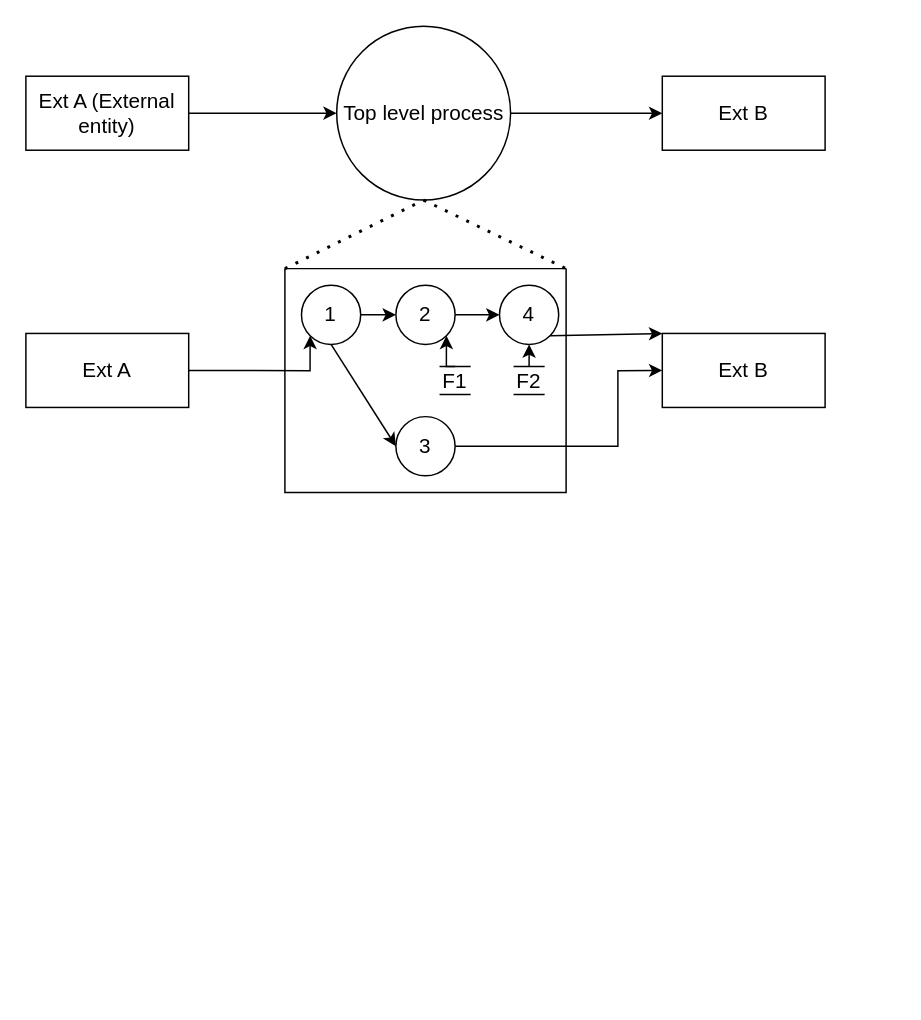
This is DFD With Levels.drawio from sakibarifin/Diagrams, a draw.io file, before an edit. Source tidied: cells renumbered, new cells numbered last; positions are measured from the earlier drawing's top-left corner, leaving out a move shared by most shapes. Both pictures are drawn from the tidied source at 148%, with x=0, y=0 at pixel (25, 25).
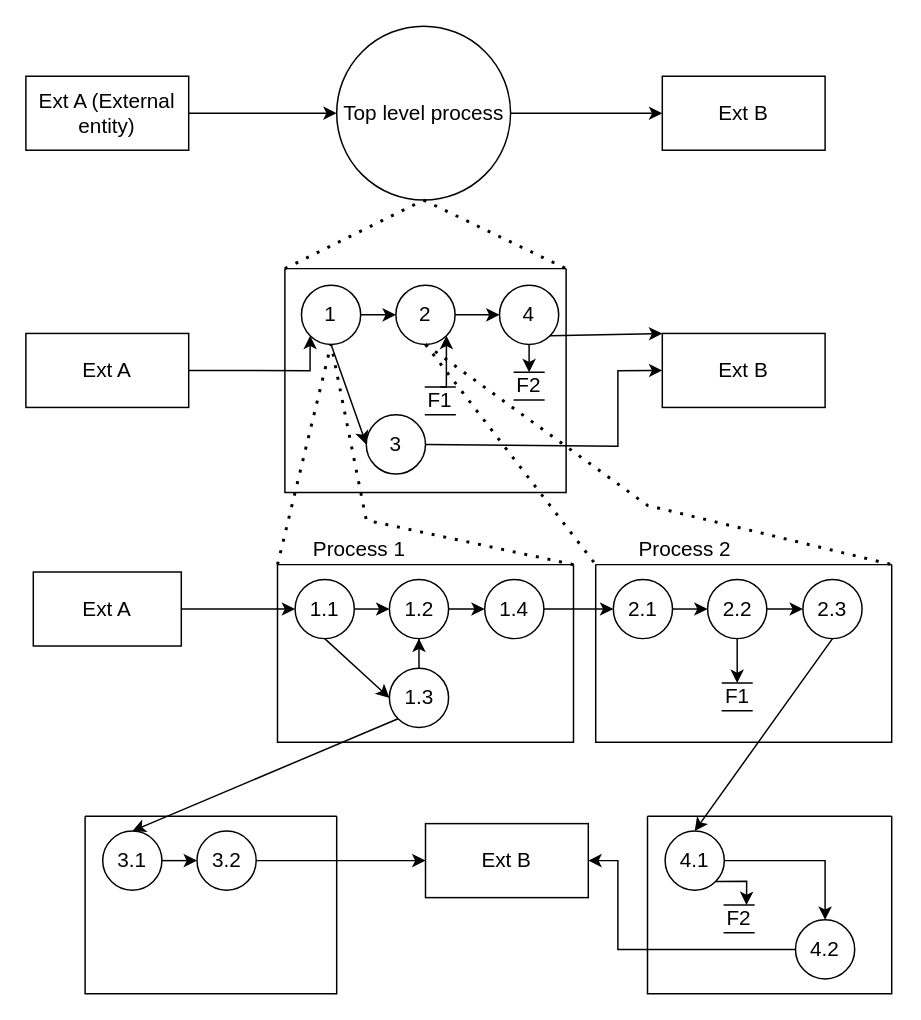
After the change.

Unchanged cells that the change refers to:
```xml
<mxCell id="11" style="swimlane;startSize=0;fontSize=14;" parent="1" vertex="1">
  <mxGeometry x="175" y="164" width="190" height="151.2" as="geometry" />
</mxCell>
<mxCell id="13" value="1" style="ellipse;whiteSpace=wrap;html=1;fontSize=14;" parent="11" vertex="1">
  <mxGeometry x="11.2" y="11.2" width="40" height="40" as="geometry" />
</mxCell>
<mxCell id="14" value="2" style="ellipse;whiteSpace=wrap;html=1;fontSize=14;" parent="11" vertex="1">
  <mxGeometry x="75" y="11.2" width="40" height="40" as="geometry" />
</mxCell>
<mxCell id="16" value="4" style="ellipse;whiteSpace=wrap;html=1;fontSize=14;" parent="11" vertex="1">
  <mxGeometry x="145" y="11.2" width="40" height="40" as="geometry" />
</mxCell>
```

The edit, as a diff of the source:
```diff
@@
     <mxCell id="15" value="3" style="ellipse;whiteSpace=wrap;html=1;fontSize=14;" parent="11" vertex="1">
-      <mxGeometry x="75" y="100" width="40" height="40" as="geometry" />
+      <mxGeometry x="55" y="98.8" width="40" height="40" as="geometry" />
     </mxCell>
@@
     <mxCell id="20" value="F1" style="shape=partialRectangle;whiteSpace=wrap;html=1;left=0;right=0;fillColor=none;fontSize=14;" parent="11" vertex="1">
-      <mxGeometry x="105" y="66.2" width="20" height="18.8" as="geometry" />
+      <mxGeometry x="95" y="80" width="20" height="18.8" as="geometry" />
     </mxCell>
-    <mxCell id="21" style="edgeStyle=orthogonalEdgeStyle;rounded=0;jettySize=auto;html=1;exitX=0.5;exitY=0;exitDx=0;exitDy=0;entryX=0.5;entryY=1;entryDx=0;entryDy=0;fontSize=14;" parent="11" edge="1" source="22" target="16">
+    <mxCell id="21" style="edgeStyle=orthogonalEdgeStyle;rounded=0;jettySize=auto;html=1;exitX=0.5;exitY=0;exitDx=0;exitDy=0;entryX=0.5;entryY=1;entryDx=0;entryDy=0;fontSize=14;startArrow=classic;startFill=1;endArrow=none;endFill=0;" parent="11" edge="1" source="22" target="16">
       <mxGeometry relative="1" as="geometry" />
     </mxCell>
     <mxCell id="22" value="F2" style="shape=partialRectangle;whiteSpace=wrap;html=1;left=0;right=0;fillColor=none;fontSize=14;" parent="11" vertex="1">
-      <mxGeometry x="155" y="66.2" width="20" height="18.8" as="geometry" />
+      <mxGeometry x="155" y="70" width="20" height="18.8" as="geometry" />
     </mxCell>
@@
+    <mxCell id="26" style="edgeStyle=orthogonalEdgeStyle;rounded=0;jettySize=auto;html=1;fontSize=14;" parent="1" edge="1" source="27" target="31">
+      <mxGeometry relative="1" as="geometry" />
+    </mxCell>
+    <mxCell id="27" value="&lt;font style=&quot;font-size: 14px;&quot;&gt;Ext A&lt;/font&gt;" style="rounded=0;whiteSpace=wrap;html=1;" parent="1" vertex="1">
+      <mxGeometry x="5" y="369" width="100" height="50" as="geometry" />
+    </mxCell>
+    <mxCell id="28" style="endArrow=none;dashed=1;html=1;dashPattern=1 3;strokeWidth=2;rounded=0;fontSize=14;entryX=0.5;entryY=1;entryDx=0;entryDy=0;exitX=0;exitY=0;exitDx=0;exitDy=0;" parent="1" edge="1" source="29" target="13">
+      <mxGeometry relative="1" as="geometry" />
+    </mxCell>
+    <mxCell id="29" style="swimlane;startSize=0;fontSize=14;" parent="1" vertex="1">
+      <mxGeometry x="170" y="364" width="200" height="120" as="geometry" />
+    </mxCell>
+    <mxCell id="30" style="edgeStyle=orthogonalEdgeStyle;rounded=0;jettySize=auto;html=1;exitX=1;exitY=0.5;exitDx=0;exitDy=0;entryX=0;entryY=0.5;entryDx=0;entryDy=0;fontSize=14;" parent="29" edge="1" source="31" target="34">
+      <mxGeometry relative="1" as="geometry" />
+    </mxCell>
+    <mxCell id="31" value="1.1" style="ellipse;whiteSpace=wrap;html=1;fontSize=14;" parent="29" vertex="1">
+      <mxGeometry x="11.9" y="10" width="40" height="40" as="geometry" />
+    </mxCell>
+    <mxCell id="32" style="edgeStyle=orthogonalEdgeStyle;rounded=0;jettySize=auto;html=1;fontSize=14;endArrow=none;endFill=0;startArrow=classic;startFill=1;" parent="29" edge="1" source="34" target="35">
+      <mxGeometry relative="1" as="geometry" />
+    </mxCell>
+    <mxCell id="33" style="edgeStyle=orthogonalEdgeStyle;rounded=0;jettySize=auto;html=1;fontSize=14;startArrow=none;startFill=0;endArrow=classic;endFill=1;" parent="29" edge="1" source="34" target="37">
+      <mxGeometry relative="1" as="geometry" />
+    </mxCell>
+    <mxCell id="34" value="1.2" style="ellipse;whiteSpace=wrap;html=1;fontSize=14;" parent="29" vertex="1">
+      <mxGeometry x="75.6" y="10" width="40" height="40" as="geometry" />
+    </mxCell>
+    <mxCell id="35" value="1.3" style="ellipse;whiteSpace=wrap;html=1;fontSize=14;" parent="29" vertex="1">
+      <mxGeometry x="75.6" y="70" width="40" height="40" as="geometry" />
+    </mxCell>
+    <mxCell id="36" style="endArrow=classic;html=1;rounded=0;fontSize=14;entryX=0;entryY=0.5;entryDx=0;entryDy=0;exitX=0.5;exitY=1;exitDx=0;exitDy=0;" parent="29" edge="1" source="31" target="35">
+      <mxGeometry relative="1" as="geometry" />
+    </mxCell>
+    <mxCell id="37" value="1.4" style="ellipse;whiteSpace=wrap;html=1;fontSize=14;" parent="29" vertex="1">
+      <mxGeometry x="140" y="10" width="40" height="40" as="geometry" />
+    </mxCell>
+    <mxCell id="38" style="endArrow=none;dashed=1;html=1;dashPattern=1 3;strokeWidth=2;rounded=0;fontSize=14;entryX=0.5;entryY=1;entryDx=0;entryDy=0;exitX=1;exitY=0;exitDx=0;exitDy=0;" parent="1" edge="1" source="29" target="13">
+      <mxGeometry relative="1" as="geometry">
+        <Array as="points">
+          <mxPoint x="230" y="334" />
+        </Array>
+      </mxGeometry>
+    </mxCell>
+    <mxCell id="39" value="Process 1" style="text;html=1;align=center;verticalAlign=middle;strokeColor=none;fillColor=none;fontSize=14;" parent="1" vertex="1">
+      <mxGeometry x="190" y="344" width="70" height="20" as="geometry" />
+    </mxCell>
+    <mxCell id="40" style="swimlane;startSize=0;fontSize=14;" parent="1" vertex="1">
+      <mxGeometry x="385" y="364" width="200" height="120" as="geometry" />
+    </mxCell>
+    <mxCell id="41" style="edgeStyle=orthogonalEdgeStyle;rounded=0;jettySize=auto;html=1;exitX=1;exitY=0.5;exitDx=0;exitDy=0;entryX=0;entryY=0.5;entryDx=0;entryDy=0;fontSize=14;" parent="40" edge="1" source="42" target="45">
+      <mxGeometry relative="1" as="geometry" />
+    </mxCell>
+    <mxCell id="42" value="2.1" style="ellipse;whiteSpace=wrap;html=1;fontSize=14;" parent="40" vertex="1">
+      <mxGeometry x="11.9" y="10" width="40" height="40" as="geometry" />
+    </mxCell>
+    <mxCell id="43" style="edgeStyle=orthogonalEdgeStyle;rounded=0;jettySize=auto;html=1;fontSize=14;startArrow=none;startFill=0;endArrow=classic;endFill=1;" parent="40" edge="1" source="45" target="46">
+      <mxGeometry relative="1" as="geometry" />
+    </mxCell>
+    <mxCell id="44" style="edgeStyle=orthogonalEdgeStyle;rounded=0;jettySize=auto;html=1;exitX=0.5;exitY=1;exitDx=0;exitDy=0;entryX=0.5;entryY=0;entryDx=0;entryDy=0;fontSize=14;startArrow=none;startFill=0;endArrow=classic;endFill=1;" parent="40" edge="1" source="45" target="47">
+      <mxGeometry relative="1" as="geometry" />
+    </mxCell>
+    <mxCell id="45" value="2.2" style="ellipse;whiteSpace=wrap;html=1;fontSize=14;" parent="40" vertex="1">
+      <mxGeometry x="75.6" y="10" width="40" height="40" as="geometry" />
+    </mxCell>
+    <mxCell id="46" value="2.3" style="ellipse;whiteSpace=wrap;html=1;fontSize=14;" parent="40" vertex="1">
+      <mxGeometry x="140" y="10" width="40" height="40" as="geometry" />
+    </mxCell>
+    <mxCell id="47" value="F1" style="shape=partialRectangle;whiteSpace=wrap;html=1;left=0;right=0;fillColor=none;fontSize=14;" parent="40" vertex="1">
+      <mxGeometry x="85.6" y="80" width="20" height="18.8" as="geometry" />
+    </mxCell>
+    <mxCell id="48" style="endArrow=none;dashed=1;html=1;dashPattern=1 3;strokeWidth=2;rounded=0;fontSize=14;entryX=0;entryY=0;entryDx=0;entryDy=0;exitX=0.5;exitY=1;exitDx=0;exitDy=0;" parent="1" edge="1" source="14" target="40">
+      <mxGeometry relative="1" as="geometry" />
+    </mxCell>
+    <mxCell id="49" style="endArrow=none;dashed=1;html=1;dashPattern=1 3;strokeWidth=2;rounded=0;fontSize=14;entryX=1;entryY=0;entryDx=0;entryDy=0;exitX=0.5;exitY=1;exitDx=0;exitDy=0;" parent="1" edge="1" source="14" target="40">
+      <mxGeometry relative="1" as="geometry">
+        <Array as="points">
+          <mxPoint x="420" y="324" />
+        </Array>
+      </mxGeometry>
+    </mxCell>
+    <mxCell id="50" value="Process 2" style="text;html=1;align=center;verticalAlign=middle;strokeColor=none;fillColor=none;fontSize=14;" parent="1" vertex="1">
+      <mxGeometry x="410" y="344" width="70" height="20" as="geometry" />
+    </mxCell>
+    <mxCell id="51" style="edgeStyle=orthogonalEdgeStyle;rounded=0;jettySize=auto;html=1;exitX=1;exitY=0.5;exitDx=0;exitDy=0;entryX=0;entryY=0.5;entryDx=0;entryDy=0;fontSize=14;startArrow=none;startFill=0;endArrow=classic;endFill=1;" parent="1" edge="1" source="37" target="42">
+      <mxGeometry relative="1" as="geometry" />
+    </mxCell>
+    <mxCell id="52" style="swimlane;startSize=0;fontSize=14;" parent="1" vertex="1">
+      <mxGeometry x="40" y="534" width="170" height="120" as="geometry" />
+    </mxCell>
+    <mxCell id="53" style="edgeStyle=orthogonalEdgeStyle;rounded=0;jettySize=auto;html=1;exitX=1;exitY=0.5;exitDx=0;exitDy=0;entryX=0;entryY=0.5;entryDx=0;entryDy=0;fontSize=14;" parent="52" edge="1" source="54" target="55">
+      <mxGeometry relative="1" as="geometry" />
+    </mxCell>
+    <mxCell id="54" value="3.1" style="ellipse;whiteSpace=wrap;html=1;fontSize=14;" parent="52" vertex="1">
+      <mxGeometry x="11.9" y="10" width="40" height="40" as="geometry" />
+    </mxCell>
+    <mxCell id="55" value="3.2" style="ellipse;whiteSpace=wrap;html=1;fontSize=14;" parent="52" vertex="1">
+      <mxGeometry x="75.6" y="10" width="40" height="40" as="geometry" />
+    </mxCell>
+    <mxCell id="56" style="swimlane;startSize=0;fontSize=14;" parent="1" vertex="1">
+      <mxGeometry x="420" y="534" width="165" height="120" as="geometry" />
+    </mxCell>
+    <mxCell id="57" value="4.1" style="ellipse;whiteSpace=wrap;html=1;fontSize=14;" parent="56" vertex="1">
+      <mxGeometry x="11.9" y="10" width="40" height="40" as="geometry" />
+    </mxCell>
+    <mxCell id="58" value="4.2" style="ellipse;whiteSpace=wrap;html=1;fontSize=14;" parent="56" vertex="1">
+      <mxGeometry x="100" y="70" width="40" height="40" as="geometry" />
+    </mxCell>
+    <mxCell id="59" style="endArrow=classic;html=1;rounded=0;fontSize=14;entryX=0.5;entryY=0;entryDx=0;entryDy=0;exitX=1;exitY=0.5;exitDx=0;exitDy=0;" parent="56" edge="1" source="57" target="58">
+      <mxGeometry relative="1" as="geometry">
+        <Array as="points">
+          <mxPoint x="83" y="30" />
+          <mxPoint x="120" y="30" />
+        </Array>
+      </mxGeometry>
+    </mxCell>
+    <mxCell id="60" value="F2" style="shape=partialRectangle;whiteSpace=wrap;html=1;left=0;right=0;fillColor=none;fontSize=14;" parent="56" vertex="1">
+      <mxGeometry x="51.9" y="60" width="20" height="18.8" as="geometry" />
+    </mxCell>
+    <mxCell id="61" style="endArrow=classic;html=1;rounded=0;fontSize=14;entryX=0.75;entryY=0;entryDx=0;entryDy=0;exitX=1;exitY=1;exitDx=0;exitDy=0;" parent="56" edge="1" source="57" target="60">
+      <mxGeometry relative="1" as="geometry">
+        <Array as="points">
+          <mxPoint x="67" y="44" />
+        </Array>
+      </mxGeometry>
+    </mxCell>
+    <mxCell id="62" value="&lt;font style=&quot;font-size: 14px;&quot;&gt;Ext B&lt;/font&gt;" style="rounded=0;whiteSpace=wrap;html=1;" parent="1" vertex="1">
+      <mxGeometry x="270" y="539" width="110" height="50" as="geometry" />
+    </mxCell>
+    <mxCell id="63" style="edgeStyle=orthogonalEdgeStyle;rounded=0;jettySize=auto;html=1;fontSize=14;startArrow=none;startFill=0;endArrow=classic;endFill=1;entryX=0;entryY=0.5;entryDx=0;entryDy=0;" parent="1" edge="1" source="55" target="62">
+      <mxGeometry relative="1" as="geometry" />
+    </mxCell>
+    <mxCell id="64" style="endArrow=none;html=1;rounded=0;fontSize=14;entryX=0;entryY=0.5;entryDx=0;entryDy=0;exitX=1;exitY=0.5;exitDx=0;exitDy=0;endFill=0;startArrow=classic;startFill=1;" parent="1" edge="1" source="62" target="58">
+      <mxGeometry relative="1" as="geometry">
+        <Array as="points">
+          <mxPoint x="400" y="564" />
+          <mxPoint x="400" y="624" />
+          <mxPoint x="440" y="624" />
+        </Array>
+      </mxGeometry>
+    </mxCell>
+    <mxCell id="65" style="endArrow=classic;html=1;rounded=0;fontSize=14;entryX=0.5;entryY=0;entryDx=0;entryDy=0;exitX=0.5;exitY=1;exitDx=0;exitDy=0;" parent="1" edge="1" source="46" target="57">
+      <mxGeometry relative="1" as="geometry" />
+    </mxCell>
+    <mxCell id="66" style="endArrow=classic;html=1;rounded=0;fontSize=14;entryX=0.5;entryY=0;entryDx=0;entryDy=0;exitX=0;exitY=1;exitDx=0;exitDy=0;" parent="1" edge="1" source="35" target="54">
+      <mxGeometry relative="1" as="geometry" />
+    </mxCell>
```
